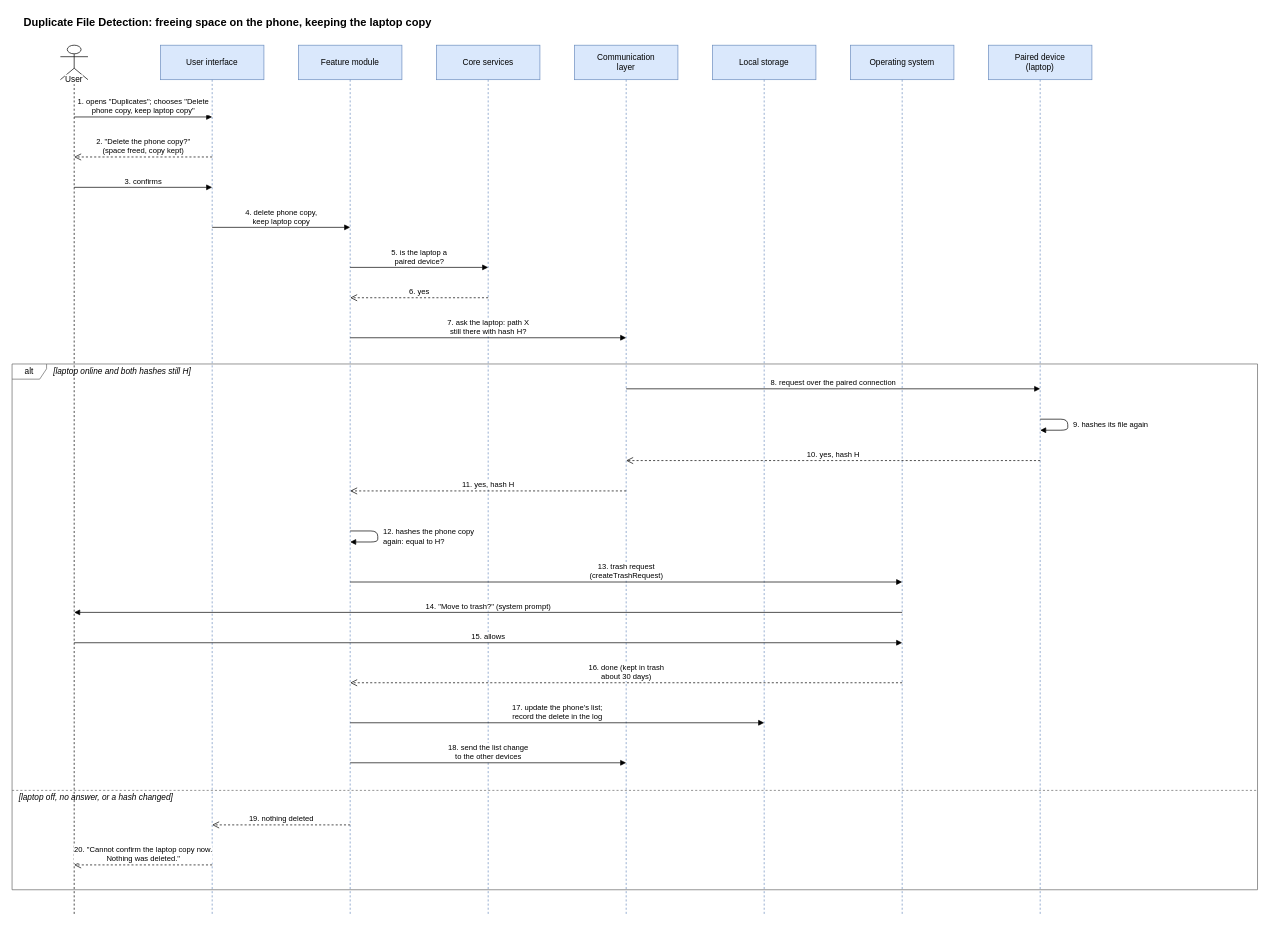
This is diagrams/C4-duplicate-sequence.drawio from Ali-Alasiri/graduation-project-phase-one, a draw.io file, before an edit. Source tidied: cells renumbered, new cells numbered last; positions are measured from the earlier drawing's top-left corner, leaving out a move shared by most shapes. Both pictures are drawn from the tidied source at 69%, with x=0, y=0 at pixel (12, 12).
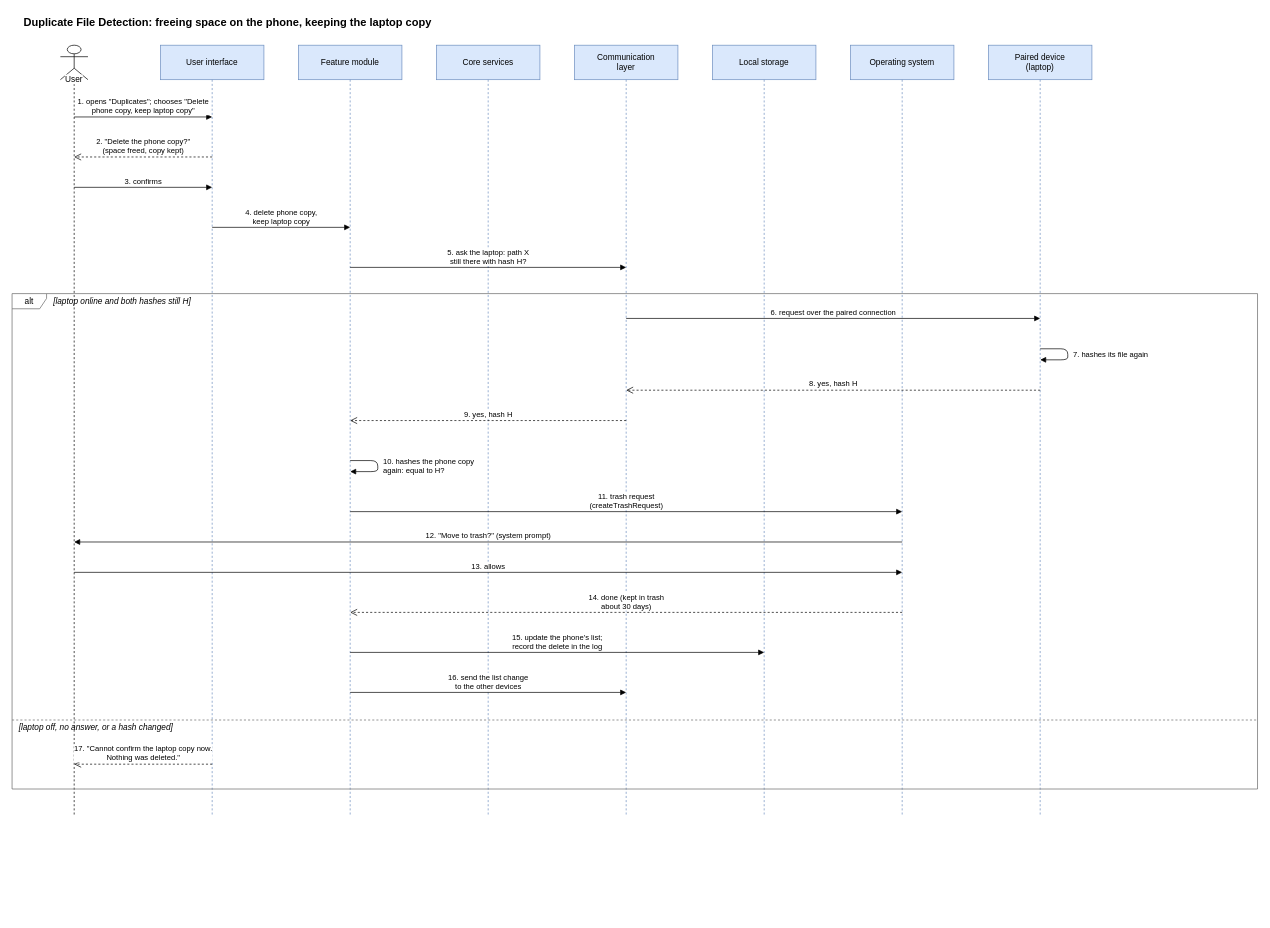
After the change.

Commit message (it also covers changes not shown here):
C4: fixes after review (diagram steps kept, deletion requirement split, limitations)

The edit, as a diff of the source:
```diff
@@
     <mxCell id="3" value="User" style="shape=umlLifeline;participant=umlActor;perimeter=lifelinePerimeter;whiteSpace=wrap;html=1;verticalAlign=top;spacingTop=36;labelBackgroundColor=#ffffff;size=50;" parent="1" vertex="1">
-      <mxGeometry x="70" y="48" width="40" height="1262" as="geometry" />
+      <mxGeometry x="70" y="48" width="40" height="1116" as="geometry" />
     </mxCell>
     <mxCell id="4" value="User interface" style="shape=umlLifeline;perimeter=lifelinePerimeter;whiteSpace=wrap;html=1;size=50;fillColor=#dae8fc;strokeColor=#6c8ebf;" parent="1" vertex="1">
-      <mxGeometry x="215" y="48" width="150" height="1262" as="geometry" />
+      <mxGeometry x="215" y="48" width="150" height="1116" as="geometry" />
     </mxCell>
     <mxCell id="5" value="Feature module" style="shape=umlLifeline;perimeter=lifelinePerimeter;whiteSpace=wrap;html=1;size=50;fillColor=#dae8fc;strokeColor=#6c8ebf;" parent="1" vertex="1">
-      <mxGeometry x="415" y="48" width="150" height="1262" as="geometry" />
+      <mxGeometry x="415" y="48" width="150" height="1116" as="geometry" />
     </mxCell>
     <mxCell id="6" value="Core services" style="shape=umlLifeline;perimeter=lifelinePerimeter;whiteSpace=wrap;html=1;size=50;fillColor=#dae8fc;strokeColor=#6c8ebf;" parent="1" vertex="1">
-      <mxGeometry x="615" y="48" width="150" height="1262" as="geometry" />
+      <mxGeometry x="615" y="48" width="150" height="1116" as="geometry" />
     </mxCell>
     <mxCell id="7" value="Communication&lt;br&gt;layer" style="shape=umlLifeline;perimeter=lifelinePerimeter;whiteSpace=wrap;html=1;size=50;fillColor=#dae8fc;strokeColor=#6c8ebf;" parent="1" vertex="1">
-      <mxGeometry x="815" y="48" width="150" height="1262" as="geometry" />
+      <mxGeometry x="815" y="48" width="150" height="1116" as="geometry" />
     </mxCell>
     <mxCell id="8" value="Local storage" style="shape=umlLifeline;perimeter=lifelinePerimeter;whiteSpace=wrap;html=1;size=50;fillColor=#dae8fc;strokeColor=#6c8ebf;" parent="1" vertex="1">
-      <mxGeometry x="1015" y="48" width="150" height="1262" as="geometry" />
+      <mxGeometry x="1015" y="48" width="150" height="1116" as="geometry" />
     </mxCell>
     <mxCell id="9" value="Operating system" style="shape=umlLifeline;perimeter=lifelinePerimeter;whiteSpace=wrap;html=1;size=50;fillColor=#dae8fc;strokeColor=#6c8ebf;" parent="1" vertex="1">
-      <mxGeometry x="1215" y="48" width="150" height="1262" as="geometry" />
+      <mxGeometry x="1215" y="48" width="150" height="1116" as="geometry" />
     </mxCell>
     <mxCell id="10" value="Paired device&lt;br&gt;(laptop)" style="shape=umlLifeline;perimeter=lifelinePerimeter;whiteSpace=wrap;html=1;size=50;fillColor=#dae8fc;strokeColor=#6c8ebf;" parent="1" vertex="1">
-      <mxGeometry x="1415" y="48" width="150" height="1262" as="geometry" />
+      <mxGeometry x="1415" y="48" width="150" height="1116" as="geometry" />
     </mxCell>
     <mxCell id="11" value="alt" style="shape=umlFrame;whiteSpace=wrap;html=1;width=50;height=22;fillColor=none;strokeColor=#666666;" parent="1" vertex="1">
-      <mxGeometry y="510" width="1805" height="762" as="geometry" />
+      <mxGeometry y="408" width="1805" height="718" as="geometry" />
     </mxCell>
     <mxCell id="12" value="[laptop online and both hashes still H]" style="text;html=1;align=left;verticalAlign=middle;fontStyle=2;" parent="1" vertex="1">
-      <mxGeometry x="58" y="510" width="420" height="22" as="geometry" />
+      <mxGeometry x="58" y="408" width="420" height="22" as="geometry" />
     </mxCell>
     <mxCell id="13" style="endArrow=none;dashed=1;html=1;strokeColor=#666666;" parent="1" edge="1">
       <mxGeometry relative="1" as="geometry">
-        <mxPoint y="1128" as="sourcePoint" />
-        <mxPoint x="1805" y="1128" as="targetPoint" />
+        <mxPoint y="1026" as="sourcePoint" />
+        <mxPoint x="1805" y="1026" as="targetPoint" />
       </mxGeometry>
     </mxCell>
     <mxCell id="14" value="[laptop off, no answer, or a hash changed]" style="text;html=1;align=left;verticalAlign=middle;fontStyle=2;" parent="1" vertex="1">
-      <mxGeometry x="8" y="1128" width="420" height="22" as="geometry" />
+      <mxGeometry x="8" y="1026" width="420" height="22" as="geometry" />
     </mxCell>
@@
-    <mxCell id="19" value="5. is the laptop a&lt;br&gt;paired device?" style="html=1;verticalAlign=bottom;labelBackgroundColor=#ffffff;fontSize=11;endArrow=block;endFill=1;" parent="1" edge="1">
+    <mxCell id="19" value="5. ask the laptop: path X&lt;br&gt;still there with hash H?" style="html=1;verticalAlign=bottom;labelBackgroundColor=#ffffff;fontSize=11;endArrow=block;endFill=1;" parent="1" edge="1">
       <mxGeometry relative="1" as="geometry">
         <mxPoint x="490" y="370" as="sourcePoint" />
-        <mxPoint x="690" y="370" as="targetPoint" />
+        <mxPoint x="890" y="370" as="targetPoint" />
       </mxGeometry>
     </mxCell>
-    <mxCell id="20" value="6. yes" style="html=1;verticalAlign=bottom;labelBackgroundColor=#ffffff;fontSize=11;dashed=1;endArrow=open;endSize=8;" parent="1" edge="1">
+    <mxCell id="20" value="6. request over the paired connection" style="html=1;verticalAlign=bottom;labelBackgroundColor=#ffffff;fontSize=11;endArrow=block;endFill=1;" parent="1" edge="1">
       <mxGeometry relative="1" as="geometry">
-        <mxPoint x="690" y="414" as="sourcePoint" />
-        <mxPoint x="490" y="414" as="targetPoint" />
+        <mxPoint x="890" y="444" as="sourcePoint" />
+        <mxPoint x="1490" y="444" as="targetPoint" />
       </mxGeometry>
     </mxCell>
-    <mxCell id="21" value="7. ask the laptop: path X&lt;br&gt;still there with hash H?" style="html=1;verticalAlign=bottom;labelBackgroundColor=#ffffff;fontSize=11;endArrow=block;endFill=1;" parent="1" edge="1">
+    <mxCell id="21" value="7. hashes its file again" style="html=1;endArrow=block;endFill=1;align=left;spacingLeft=6;labelBackgroundColor=#ffffff;fontSize=11;" parent="1" edge="1">
       <mxGeometry relative="1" as="geometry">
-        <mxPoint x="490" y="472" as="sourcePoint" />
-        <mxPoint x="890" y="472" as="targetPoint" />
+        <mxPoint x="1490" y="488" as="sourcePoint" />
+        <mxPoint x="1490" y="504" as="targetPoint" />
+        <Array as="points">
+          <mxPoint x="1530" y="488" />
+          <mxPoint x="1530" y="504" />
+        </Array>
       </mxGeometry>
     </mxCell>
-    <mxCell id="22" value="8. request over the paired connection" style="html=1;verticalAlign=bottom;labelBackgroundColor=#ffffff;fontSize=11;endArrow=block;endFill=1;" parent="1" edge="1">
+    <mxCell id="22" value="8. yes, hash H" style="html=1;verticalAlign=bottom;labelBackgroundColor=#ffffff;fontSize=11;dashed=1;endArrow=open;endSize=8;" parent="1" edge="1">
       <mxGeometry relative="1" as="geometry">
-        <mxPoint x="890" y="546" as="sourcePoint" />
-        <mxPoint x="1490" y="546" as="targetPoint" />
+        <mxPoint x="1490" y="548" as="sourcePoint" />
+        <mxPoint x="890" y="548" as="targetPoint" />
       </mxGeometry>
     </mxCell>
-    <mxCell id="23" value="9. hashes its file again" style="html=1;endArrow=block;endFill=1;align=left;spacingLeft=6;labelBackgroundColor=#ffffff;fontSize=11;" parent="1" edge="1">
+    <mxCell id="23" value="9. yes, hash H" style="html=1;verticalAlign=bottom;labelBackgroundColor=#ffffff;fontSize=11;dashed=1;endArrow=open;endSize=8;" parent="1" edge="1">
       <mxGeometry relative="1" as="geometry">
-        <mxPoint x="1490" y="590" as="sourcePoint" />
-        <mxPoint x="1490" y="606" as="targetPoint" />
-        <Array as="points">
-          <mxPoint x="1530" y="590" />
-          <mxPoint x="1530" y="606" />
-        </Array>
+        <mxPoint x="890" y="592" as="sourcePoint" />
+        <mxPoint x="490" y="592" as="targetPoint" />
       </mxGeometry>
     </mxCell>
-    <mxCell id="24" value="10. yes, hash H" style="html=1;verticalAlign=bottom;labelBackgroundColor=#ffffff;fontSize=11;dashed=1;endArrow=open;endSize=8;" parent="1" edge="1">
+    <mxCell id="24" value="10. hashes the phone copy&lt;br&gt;again: equal to H?" style="html=1;endArrow=block;endFill=1;align=left;spacingLeft=6;labelBackgroundColor=#ffffff;fontSize=11;" parent="1" edge="1">
       <mxGeometry relative="1" as="geometry">
-        <mxPoint x="1490" y="650" as="sourcePoint" />
-        <mxPoint x="890" y="650" as="targetPoint" />
+        <mxPoint x="490" y="650" as="sourcePoint" />
+        <mxPoint x="490" y="666" as="targetPoint" />
+        <Array as="points">
+          <mxPoint x="530" y="650" />
+          <mxPoint x="530" y="666" />
+        </Array>
       </mxGeometry>
     </mxCell>
-    <mxCell id="25" value="11. yes, hash H" style="html=1;verticalAlign=bottom;labelBackgroundColor=#ffffff;fontSize=11;dashed=1;endArrow=open;endSize=8;" parent="1" edge="1">
+    <mxCell id="25" value="11. trash request&lt;br&gt;(createTrashRequest)" style="html=1;verticalAlign=bottom;labelBackgroundColor=#ffffff;fontSize=11;endArrow=block;endFill=1;" parent="1" edge="1">
       <mxGeometry relative="1" as="geometry">
-        <mxPoint x="890" y="694" as="sourcePoint" />
-        <mxPoint x="490" y="694" as="targetPoint" />
+        <mxPoint x="490" y="724" as="sourcePoint" />
+        <mxPoint x="1290" y="724" as="targetPoint" />
       </mxGeometry>
     </mxCell>
-    <mxCell id="26" value="12. hashes the phone copy&lt;br&gt;again: equal to H?" style="html=1;endArrow=block;endFill=1;align=left;spacingLeft=6;labelBackgroundColor=#ffffff;fontSize=11;" parent="1" edge="1">
+    <mxCell id="26" value="12. &quot;Move to trash?&quot; (system prompt)" style="html=1;verticalAlign=bottom;labelBackgroundColor=#ffffff;fontSize=11;endArrow=block;endFill=1;" parent="1" edge="1">
       <mxGeometry relative="1" as="geometry">
-        <mxPoint x="490" y="752" as="sourcePoint" />
-        <mxPoint x="490" y="768" as="targetPoint" />
-        <Array as="points">
-          <mxPoint x="530" y="752" />
-          <mxPoint x="530" y="768" />
-        </Array>
+        <mxPoint x="1290" y="768" as="sourcePoint" />
+        <mxPoint x="90" y="768" as="targetPoint" />
       </mxGeometry>
     </mxCell>
-    <mxCell id="27" value="13. trash request&lt;br&gt;(createTrashRequest)" style="html=1;verticalAlign=bottom;labelBackgroundColor=#ffffff;fontSize=11;endArrow=block;endFill=1;" parent="1" edge="1">
+    <mxCell id="27" value="13. allows" style="html=1;verticalAlign=bottom;labelBackgroundColor=#ffffff;fontSize=11;endArrow=block;endFill=1;" parent="1" edge="1">
       <mxGeometry relative="1" as="geometry">
-        <mxPoint x="490" y="826" as="sourcePoint" />
-        <mxPoint x="1290" y="826" as="targetPoint" />
+        <mxPoint x="90" y="812" as="sourcePoint" />
+        <mxPoint x="1290" y="812" as="targetPoint" />
       </mxGeometry>
     </mxCell>
-    <mxCell id="28" value="14. &quot;Move to trash?&quot; (system prompt)" style="html=1;verticalAlign=bottom;labelBackgroundColor=#ffffff;fontSize=11;endArrow=block;endFill=1;" parent="1" edge="1">
+    <mxCell id="28" value="14. done (kept in trash&lt;br&gt;about 30 days)" style="html=1;verticalAlign=bottom;labelBackgroundColor=#ffffff;fontSize=11;dashed=1;endArrow=open;endSize=8;" parent="1" edge="1">
       <mxGeometry relative="1" as="geometry">
         <mxPoint x="1290" y="870" as="sourcePoint" />
-        <mxPoint x="90" y="870" as="targetPoint" />
+        <mxPoint x="490" y="870" as="targetPoint" />
       </mxGeometry>
     </mxCell>
-    <mxCell id="29" value="15. allows" style="html=1;verticalAlign=bottom;labelBackgroundColor=#ffffff;fontSize=11;endArrow=block;endFill=1;" parent="1" edge="1">
+    <mxCell id="29" value="15. update the phone's list;&lt;br&gt;record the delete in the log" style="html=1;verticalAlign=bottom;labelBackgroundColor=#ffffff;fontSize=11;endArrow=block;endFill=1;" parent="1" edge="1">
       <mxGeometry relative="1" as="geometry">
-        <mxPoint x="90" y="914" as="sourcePoint" />
-        <mxPoint x="1290" y="914" as="targetPoint" />
+        <mxPoint x="490" y="928" as="sourcePoint" />
+        <mxPoint x="1090" y="928" as="targetPoint" />
       </mxGeometry>
     </mxCell>
-    <mxCell id="30" value="16. done (kept in trash&lt;br&gt;about 30 days)" style="html=1;verticalAlign=bottom;labelBackgroundColor=#ffffff;fontSize=11;dashed=1;endArrow=open;endSize=8;" parent="1" edge="1">
+    <mxCell id="30" value="16. send the list change&lt;br&gt;to the other devices" style="html=1;verticalAlign=bottom;labelBackgroundColor=#ffffff;fontSize=11;endArrow=block;endFill=1;" parent="1" edge="1">
       <mxGeometry relative="1" as="geometry">
-        <mxPoint x="1290" y="972" as="sourcePoint" />
-        <mxPoint x="490" y="972" as="targetPoint" />
+        <mxPoint x="490" y="986" as="sourcePoint" />
+        <mxPoint x="890" y="986" as="targetPoint" />
       </mxGeometry>
     </mxCell>
-    <mxCell id="31" value="17. update the phone's list;&lt;br&gt;record the delete in the log" style="html=1;verticalAlign=bottom;labelBackgroundColor=#ffffff;fontSize=11;endArrow=block;endFill=1;" parent="1" edge="1">
+    <mxCell id="31" value="17. &quot;Cannot confirm the laptop copy now.&lt;br&gt;Nothing was deleted.&quot;" style="html=1;verticalAlign=bottom;labelBackgroundColor=#ffffff;fontSize=11;dashed=1;endArrow=open;endSize=8;" parent="1" edge="1">
       <mxGeometry relative="1" as="geometry">
-        <mxPoint x="490" y="1030" as="sourcePoint" />
-        <mxPoint x="1090" y="1030" as="targetPoint" />
+        <mxPoint x="290" y="1090" as="sourcePoint" />
+        <mxPoint x="90" y="1090" as="targetPoint" />
       </mxGeometry>
     </mxCell>
-    <mxCell id="32" value="18. send the list change&lt;br&gt;to the other devices" style="html=1;verticalAlign=bottom;labelBackgroundColor=#ffffff;fontSize=11;endArrow=block;endFill=1;" parent="1" edge="1">
-      <mxGeometry relative="1" as="geometry">
-        <mxPoint x="490" y="1088" as="sourcePoint" />
-        <mxPoint x="890" y="1088" as="targetPoint" />
-      </mxGeometry>
-    </mxCell>
-    <mxCell id="33" value="19. nothing deleted" style="html=1;verticalAlign=bottom;labelBackgroundColor=#ffffff;fontSize=11;dashed=1;endArrow=open;endSize=8;" parent="1" edge="1">
-      <mxGeometry relative="1" as="geometry">
-        <mxPoint x="490" y="1178" as="sourcePoint" />
-        <mxPoint x="290" y="1178" as="targetPoint" />
-      </mxGeometry>
-    </mxCell>
-    <mxCell id="34" value="20. &quot;Cannot confirm the laptop copy now.&lt;br&gt;Nothing was deleted.&quot;" style="html=1;verticalAlign=bottom;labelBackgroundColor=#ffffff;fontSize=11;dashed=1;endArrow=open;endSize=8;" parent="1" edge="1">
-      <mxGeometry relative="1" as="geometry">
-        <mxPoint x="290" y="1236" as="sourcePoint" />
-        <mxPoint x="90" y="1236" as="targetPoint" />
-      </mxGeometry>
-    </mxCell>
```
